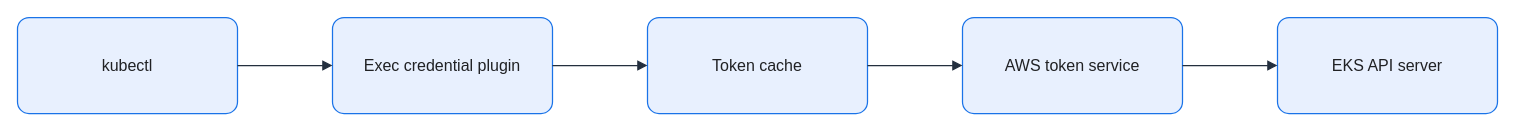
Above: assets/img/aws/eks-token-cache-flow.drawio in KKamJi98/kkamji98.github.io (draw.io), before the change. Source tidied: cells renumbered, new cells numbered last; positions are measured from the earlier drawing's top-left corner, leaving out a move shared by most shapes. Both pictures are drawn from the tidied source at 100%, with x=0, y=0 at pixel (17, 17).
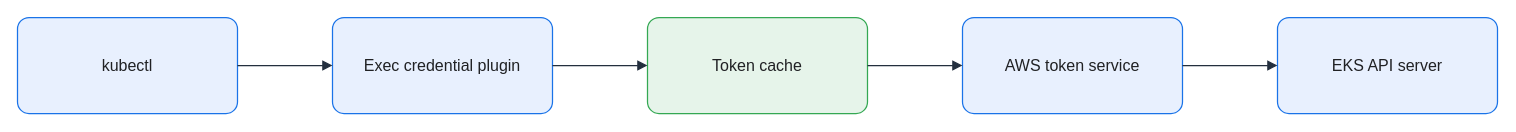
The same page after the edit.

The edit, as a diff of the source:
```diff
@@
 <mxGraphModel background="#FFFFFF">
   <root>
     <mxCell id="0" />
     <mxCell id="1" parent="0" />
     <mxCell id="2" value="kubectl" style="rounded=1;arcSize=12;whiteSpace=wrap;html=0;fillColor=#E8F0FE;strokeColor=#1A73E8;strokeWidth=1.25;fontColor=#202124;fontSize=16;align=center;verticalAlign=middle;spacing=8;shadow=0;" parent="1" vertex="1">
       <mxGeometry width="220" height="96" as="geometry" />
     </mxCell>
     <mxCell id="3" value="Exec credential plugin" style="rounded=1;arcSize=12;whiteSpace=wrap;html=0;fillColor=#E8F0FE;strokeColor=#1A73E8;strokeWidth=1.25;fontColor=#202124;fontSize=16;align=center;verticalAlign=middle;spacing=8;shadow=0;" parent="1" vertex="1">
       <mxGeometry x="315" width="220" height="96" as="geometry" />
     </mxCell>
-    <mxCell id="4" value="Token cache" style="rounded=1;arcSize=12;whiteSpace=wrap;html=0;fillColor=#E8F0FE;strokeColor=#1A73E8;strokeWidth=1.25;fontColor=#202124;fontSize=16;align=center;verticalAlign=middle;spacing=8;shadow=0;" parent="1" vertex="1">
+    <mxCell id="4" value="Token cache" style="rounded=1;arcSize=12;whiteSpace=wrap;html=0;fillColor=#E6F4EA;strokeColor=#34A853;strokeWidth=1.25;fontColor=#202124;fontSize=16;align=center;verticalAlign=middle;spacing=8;shadow=0;" parent="1" vertex="1">
       <mxGeometry x="630" width="220" height="96" as="geometry" />
     </mxCell>
     <mxCell id="5" value="AWS token service" style="rounded=1;arcSize=12;whiteSpace=wrap;html=0;fillColor=#E8F0FE;strokeColor=#1A73E8;strokeWidth=1.25;fontColor=#202124;fontSize=16;align=center;verticalAlign=middle;spacing=8;shadow=0;" parent="1" vertex="1">
       <mxGeometry x="945" width="220" height="96" as="geometry" />
     </mxCell>
     <mxCell id="6" value="EKS API server" style="rounded=1;arcSize=12;whiteSpace=wrap;html=0;fillColor=#E8F0FE;strokeColor=#1A73E8;strokeWidth=1.25;fontColor=#202124;fontSize=16;align=center;verticalAlign=middle;spacing=8;shadow=0;" parent="1" vertex="1">
       <mxGeometry x="1260" width="220" height="96" as="geometry" />
     </mxCell>
     <mxCell id="7" style="edgeStyle=orthogonalEdgeStyle;rounded=0;jettySize=auto;html=0;endArrow=block;endFill=1;strokeColor=#232F3E;strokeWidth=1.25;fontColor=#202124;labelBackgroundColor=none;exitX=1;exitY=0.5;exitDx=0;exitDy=0;entryX=0;entryY=0.5;entryDx=0;entryDy=0;endSize=7;" parent="1" edge="1" source="2" target="3">
       <mxGeometry relative="1" as="geometry" />
     </mxCell>
     <mxCell id="8" style="edgeStyle=orthogonalEdgeStyle;rounded=0;jettySize=auto;html=0;endArrow=block;endFill=1;strokeColor=#232F3E;strokeWidth=1.25;fontColor=#202124;labelBackgroundColor=none;exitX=1;exitY=0.5;exitDx=0;exitDy=0;entryX=0;entryY=0.5;entryDx=0;entryDy=0;endSize=7;" parent="1" edge="1" source="3" target="4">
       <mxGeometry relative="1" as="geometry" />
     </mxCell>
     <mxCell id="9" style="edgeStyle=orthogonalEdgeStyle;rounded=0;jettySize=auto;html=0;endArrow=block;endFill=1;strokeColor=#232F3E;strokeWidth=1.25;fontColor=#202124;labelBackgroundColor=none;exitX=1;exitY=0.5;exitDx=0;exitDy=0;entryX=0;entryY=0.5;entryDx=0;entryDy=0;endSize=7;" parent="1" edge="1" source="4" target="5">
       <mxGeometry relative="1" as="geometry" />
     </mxCell>
     <mxCell id="10" style="edgeStyle=orthogonalEdgeStyle;rounded=0;jettySize=auto;html=0;endArrow=block;endFill=1;strokeColor=#232F3E;strokeWidth=1.25;fontColor=#202124;labelBackgroundColor=none;exitX=1;exitY=0.5;exitDx=0;exitDy=0;entryX=0;entryY=0.5;entryDx=0;entryDy=0;endSize=7;" parent="1" edge="1" source="5" target="6">
       <mxGeometry relative="1" as="geometry" />
     </mxCell>
   </root>
 </mxGraphModel>
```
